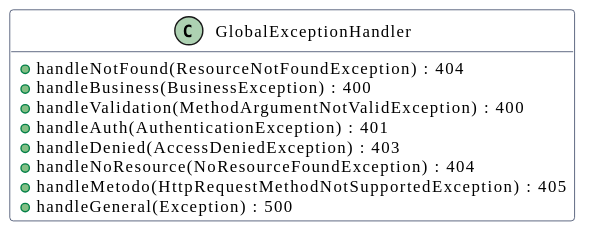
The PlantUML diagram docs/reporte/puml/m5-despues.svg in andreiveisuade/TPO-ProcesoDesarrolloSoftware-V3, before a commit. Its source is kept beside it as docs/reporte/puml/m5-despues.puml. The source it was exported from:
```plantuml
@startuml
skinparam shadowing false
skinparam defaultFontName Calibri
skinparam defaultFontSize 12
skinparam ClassBackgroundColor #FFFFFF
skinparam ClassBorderColor #1D2B4F
skinparam ClassHeaderBackgroundColor #FFFFFF
skinparam ArrowColor #2E75B6
skinparam NoteBackgroundColor #FFF8E1
skinparam NoteBorderColor #B38600
skinparam SequenceLifeLineBorderColor #1D2B4F
skinparam ParticipantBackgroundColor #FFFFFF
skinparam ParticipantBorderColor #1D2B4F
skinparam SequenceGroupBackgroundColor #F4F8FC
hide empty members
class GlobalExceptionHandler {
  +handleNotFound(ResourceNotFoundException) : 404
  +handleBusiness(BusinessException) : 400
  +handleValidation(MethodArgumentNotValidException) : 400
  +handleAuth(AuthenticationException) : 401
  +handleDenied(AccessDeniedException) : 403
  +handleNoResource(NoResourceFoundException) : 404
  +handleMetodo(HttpRequestMethodNotSupportedException) : 405
  +handleGeneral(Exception) : 500
}
hide GlobalExceptionHandler fields
@enduml
```
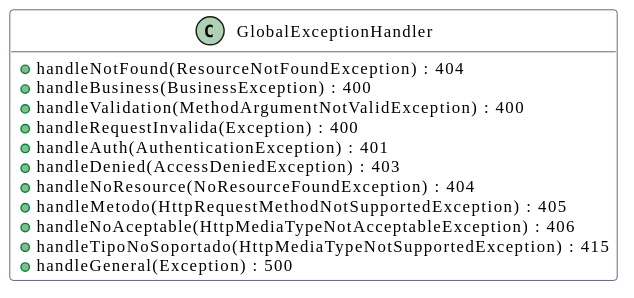
After the commit.

The edit, as a diff of the source:
```diff
@@ -17,10 +17,13 @@
   +handleNotFound(ResourceNotFoundException) : 404
   +handleBusiness(BusinessException) : 400
   +handleValidation(MethodArgumentNotValidException) : 400
+  +handleRequestInvalida(Exception) : 400
   +handleAuth(AuthenticationException) : 401
   +handleDenied(AccessDeniedException) : 403
   +handleNoResource(NoResourceFoundException) : 404
   +handleMetodo(HttpRequestMethodNotSupportedException) : 405
+  +handleNoAceptable(HttpMediaTypeNotAcceptableException) : 406
+  +handleTipoNoSoportado(HttpMediaTypeNotSupportedException) : 415
   +handleGeneral(Exception) : 500
 }
 hide GlobalExceptionHandler fields
```
